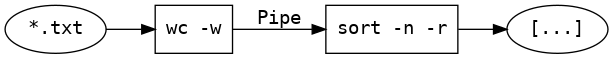
This is fkom/testat/graphic.png from hslu-students/17fs, a Graphviz export, as it was before one commit. Its source is kept beside it as fkom/testat/graphic.dot.
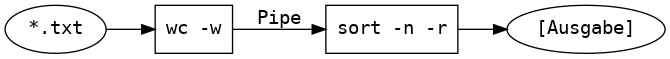
The same file after the commit.

The edit, as a diff of the source:
```diff
@@ -7,5 +7,5 @@
     "sort -n -r" [shape=box];
     "*.txt" -> "wc -w";
     "wc -w" -> "sort -n -r" [label="Pipe"];
-    "sort -n -r" -> "[...]";
+    "sort -n -r" -> "[Ausgabe]";
 }
```
